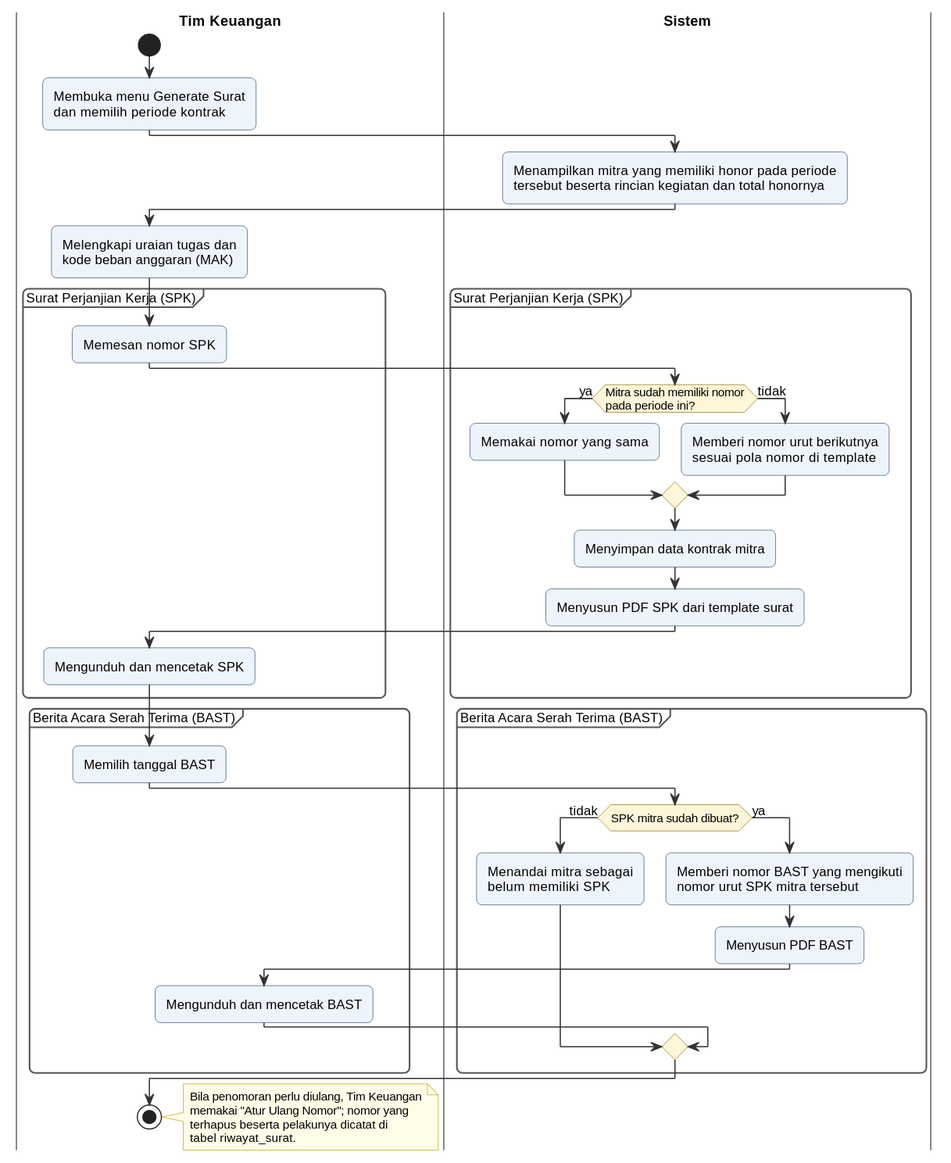
This is docs/diagram/out/activity-surat-spk-bast.svg from kharis5870/Kharisma, a PlantUML export, as it was before one commit. The source it was exported from:
```plantuml
@startuml
!include _gaya.iuml

|Tim Keuangan|
start
:Membuka menu Generate Surat
dan memilih periode kontrak;

|Sistem|
:Menampilkan mitra yang memiliki honor pada periode
tersebut beserta rincian kegiatan dan total honornya;

|Tim Keuangan|
:Melengkapi uraian tugas dan
kode beban anggaran (MAK);

partition "Surat Perjanjian Kerja (SPK)" {
  :Memesan nomor SPK;
  |Sistem|
  if (Mitra sudah memiliki nomor\npada periode ini?) then (ya)
    :Memakai nomor yang sama;
  else (tidak)
    :Memberi nomor urut berikutnya
    sesuai pola nomor di template;
  endif
  :Menyimpan data kontrak mitra;
  :Menyusun PDF SPK dari template surat;
  |Tim Keuangan|
  :Mengunduh dan mencetak SPK;
}

partition "Berita Acara Serah Terima (BAST)" {
  :Memilih tanggal BAST;
  |Sistem|
  if (SPK mitra sudah dibuat?) then (tidak)
    :Menandai mitra sebagai
    belum memiliki SPK;
  else (ya)
    :Memberi nomor BAST yang mengikuti
    nomor urut SPK mitra tersebut;
    :Menyusun PDF BAST;
    |Tim Keuangan|
    :Mengunduh dan mencetak BAST;
  endif
}
stop

note right
  Bila penomoran perlu diulang, Tim Keuangan
  memakai "Atur Ulang Nomor"; nomor yang
  terhapus beserta pelakunya dicatat di
  tabel riwayat_surat.
end note
@enduml
```
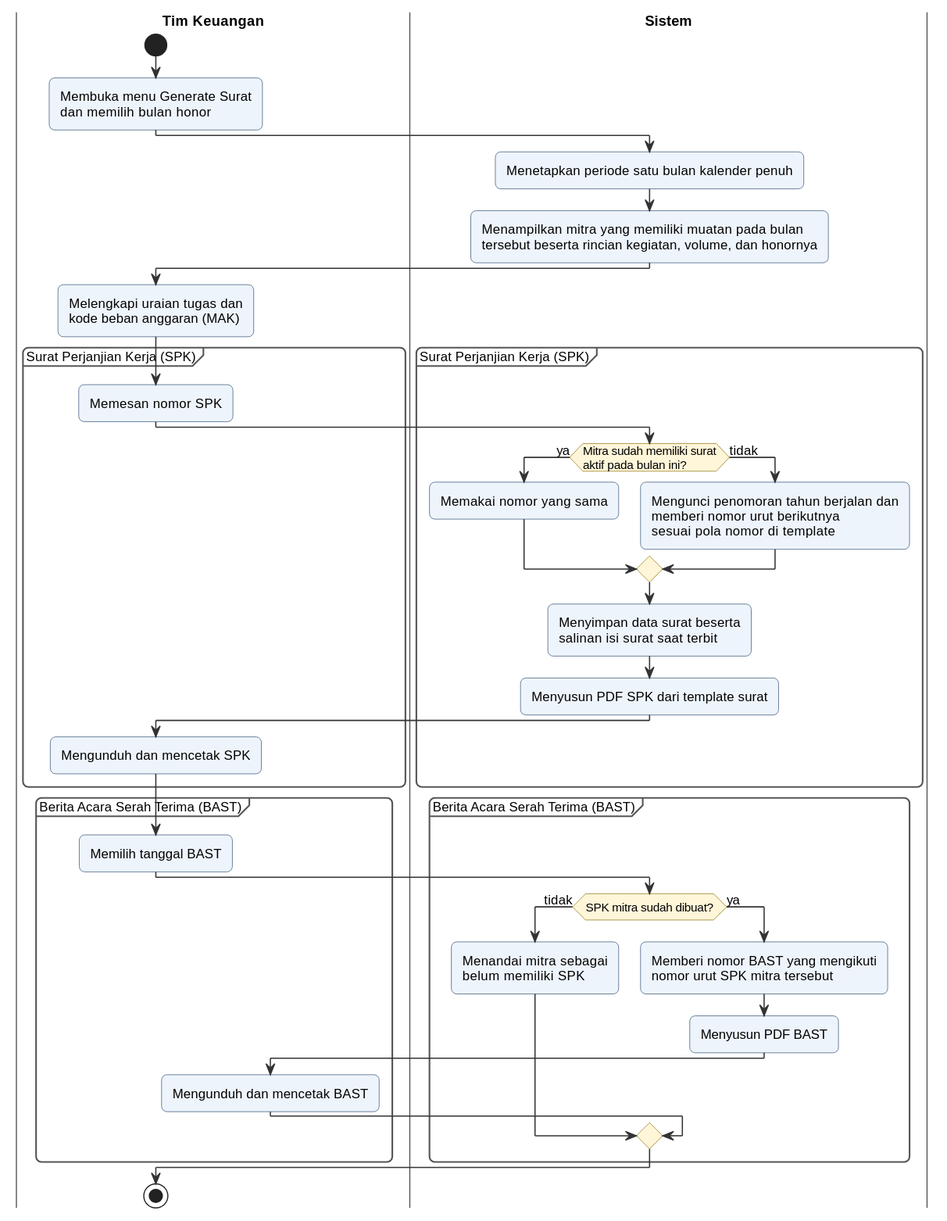
After the change.

The edit, as a diff of the source:
```diff
@@ -4,11 +4,12 @@
 |Tim Keuangan|
 start
 :Membuka menu Generate Surat
-dan memilih periode kontrak;
+dan memilih bulan honor;
 
 |Sistem|
-:Menampilkan mitra yang memiliki honor pada periode
-tersebut beserta rincian kegiatan dan total honornya;
+:Menetapkan periode satu bulan kalender penuh;
+:Menampilkan mitra yang memiliki muatan pada bulan
+tersebut beserta rincian kegiatan, volume, dan honornya;
 
 |Tim Keuangan|
 :Melengkapi uraian tugas dan
@@ -17,13 +18,15 @@
 partition "Surat Perjanjian Kerja (SPK)" {
   :Memesan nomor SPK;
   |Sistem|
-  if (Mitra sudah memiliki nomor\npada periode ini?) then (ya)
+  if (Mitra sudah memiliki surat\naktif pada bulan ini?) then (ya)
     :Memakai nomor yang sama;
   else (tidak)
-    :Memberi nomor urut berikutnya
+    :Mengunci penomoran tahun berjalan dan
+    memberi nomor urut berikutnya
     sesuai pola nomor di template;
   endif
-  :Menyimpan data kontrak mitra;
+  :Menyimpan data surat beserta
+  salinan isi surat saat terbit;
   :Menyusun PDF SPK dari template surat;
   |Tim Keuangan|
   :Mengunduh dan mencetak SPK;
@@ -44,11 +47,4 @@
   endif
 }
 stop
-
-note right
-  Bila penomoran perlu diulang, Tim Keuangan
-  memakai "Atur Ulang Nomor"; nomor yang
-  terhapus beserta pelakunya dicatat di
-  tabel riwayat_surat.
-end note
 @enduml
```
